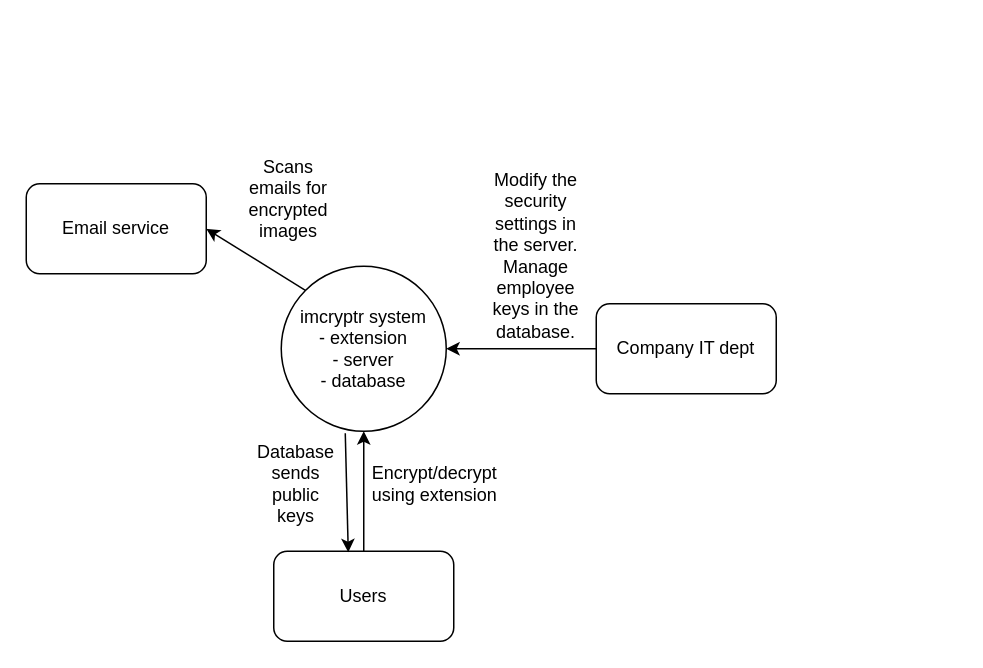
This is a3 Context Diagram.drawio from dnguyen1648/software-engineering-proj, a draw.io file, before an edit. Source tidied: cells renumbered, new cells numbered last; positions are measured from the earlier drawing's top-left corner, leaving out a move shared by most shapes. Both pictures are drawn from the tidied source at 150%, with x=0, y=0 at pixel (26, 146).
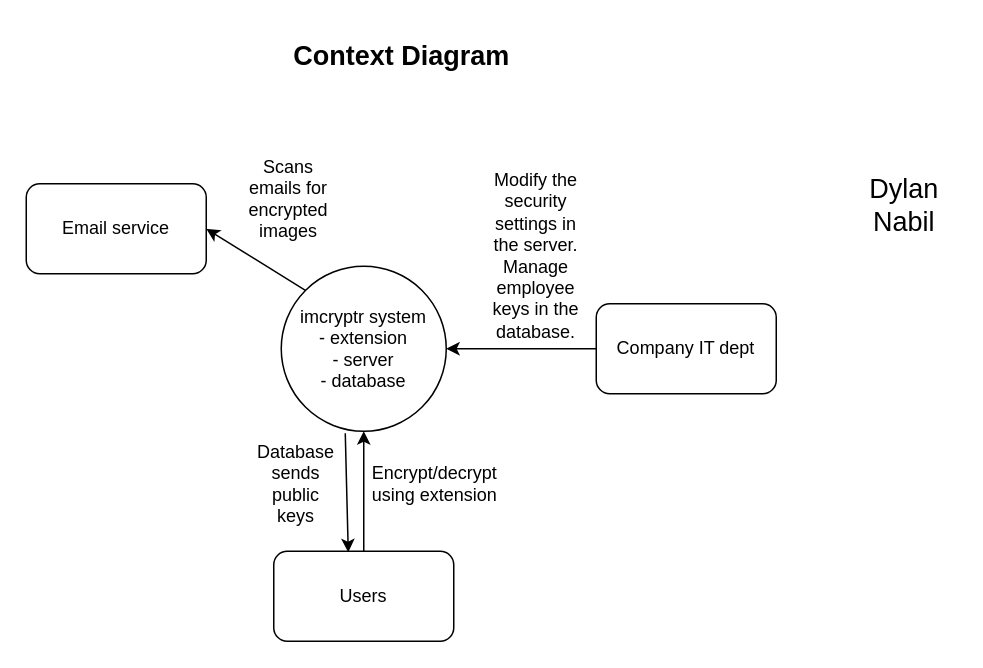
After the change.

Change to the diagram source:
```diff
@@
 <mxGraphModel>
   <root>
     <mxCell id="0" />
     <mxCell id="1" parent="0" />
     <mxCell id="2" value="imcryptr system&lt;br&gt;- extension&lt;br&gt;- server&lt;br&gt;- database" style="ellipse;whiteSpace=wrap;html=1;" parent="1" vertex="1">
       <mxGeometry x="170" y="80" width="110" height="110" as="geometry" />
     </mxCell>
     <mxCell id="3" style="endArrow=classic;html=1;rounded=0;exitX=0;exitY=0;exitDx=0;exitDy=0;entryX=1;entryY=0.5;entryDx=0;entryDy=0;" parent="1" edge="1" source="2" target="6">
       <mxGeometry relative="1" as="geometry" />
     </mxCell>
     <mxCell id="4" value="Scans emails for encrypted images" style="text;html=1;strokeColor=none;fillColor=none;align=center;verticalAlign=middle;whiteSpace=wrap;rounded=0;" parent="1" vertex="1">
       <mxGeometry x="140" width="70" height="70" as="geometry" />
     </mxCell>
     <mxCell id="5" value="Users" style="rounded=1;whiteSpace=wrap;html=1;" parent="1" vertex="1">
       <mxGeometry x="165" y="270" width="120" height="60" as="geometry" />
     </mxCell>
     <mxCell id="6" value="Email service" style="rounded=1;whiteSpace=wrap;html=1;" parent="1" vertex="1">
       <mxGeometry y="25" width="120" height="60" as="geometry" />
     </mxCell>
     <mxCell id="7" value="Company IT dept" style="rounded=1;whiteSpace=wrap;html=1;" parent="1" vertex="1">
       <mxGeometry x="380" y="105" width="120" height="60" as="geometry" />
     </mxCell>
     <mxCell id="8" style="endArrow=classic;html=1;rounded=0;exitX=0.5;exitY=0;exitDx=0;exitDy=0;entryX=0.5;entryY=1;entryDx=0;entryDy=0;" parent="1" edge="1" source="5" target="2">
       <mxGeometry relative="1" as="geometry" />
     </mxCell>
     <mxCell id="9" value="Encrypt/decrypt using extension" style="text;html=1;strokeColor=none;fillColor=none;align=center;verticalAlign=middle;whiteSpace=wrap;rounded=0;" parent="1" vertex="1">
       <mxGeometry x="225" y="190" width="95" height="70" as="geometry" />
     </mxCell>
     <mxCell id="10" style="endArrow=classic;html=1;rounded=0;exitX=0;exitY=0.5;exitDx=0;exitDy=0;entryX=1;entryY=0.5;entryDx=0;entryDy=0;" parent="1" edge="1" source="7" target="2">
       <mxGeometry relative="1" as="geometry" />
     </mxCell>
     <mxCell id="11" value="Modify the security settings in the server. Manage employee keys in the database." style="text;html=1;strokeColor=none;fillColor=none;align=center;verticalAlign=middle;whiteSpace=wrap;rounded=0;" parent="1" vertex="1">
       <mxGeometry x="310" width="60" height="145" as="geometry" />
     </mxCell>
     <mxCell id="12" style="endArrow=classic;html=1;rounded=0;exitX=0.388;exitY=1.012;exitDx=0;exitDy=0;exitPerimeter=0;entryX=0.414;entryY=0.011;entryDx=0;entryDy=0;entryPerimeter=0;" parent="1" edge="1" source="2" target="5">
       <mxGeometry relative="1" as="geometry" />
     </mxCell>
     <mxCell id="13" value="Database sends public keys" style="text;html=1;strokeColor=none;fillColor=none;align=center;verticalAlign=middle;whiteSpace=wrap;rounded=0;" parent="1" vertex="1">
       <mxGeometry x="150" y="190" width="60" height="70" as="geometry" />
     </mxCell>
+    <mxCell id="14" value="&lt;b&gt;&lt;font style=&quot;font-size: 18px;&quot;&gt;Context Diagram&lt;/font&gt;&lt;/b&gt;" style="text;html=1;align=center;verticalAlign=middle;strokeColor=none;fillColor=none;" parent="1" vertex="1">
+      <mxGeometry x="165" y="-80" width="170" height="40" as="geometry" />
+    </mxCell>
+    <mxCell id="15" value="Dylan&lt;br&gt;Nabil" style="text;html=1;align=center;verticalAlign=middle;strokeColor=none;fillColor=none;fontSize=18;" parent="1" vertex="1">
+      <mxGeometry x="550" y="10" width="70" height="60" as="geometry" />
+    </mxCell>
   </root>
 </mxGraphModel>
```
